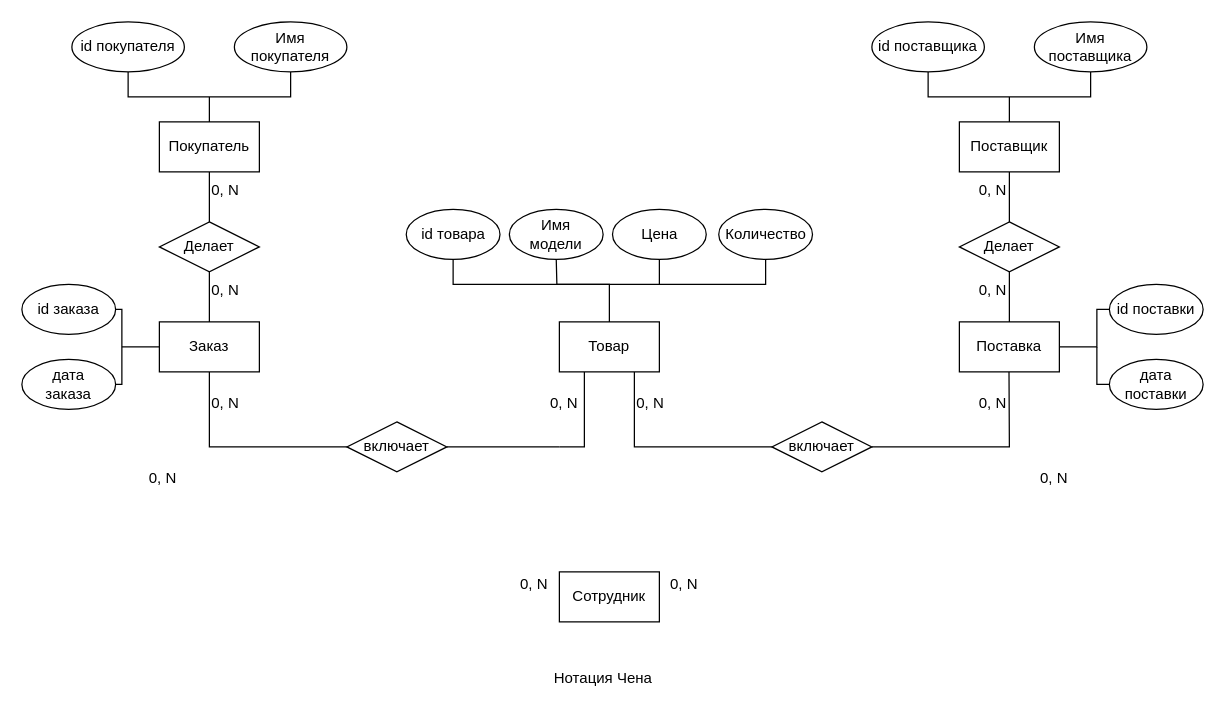
The draw.io diagram КМПО V1.1.drawio in marsek4/ssp, before the edit. Source tidied: cells renumbered, new cells numbered last; positions are measured from the earlier drawing's top-left corner, leaving out a move shared by most shapes. Both pictures are drawn from the tidied source at 125%, with x=0, y=0 at pixel (21, 21).
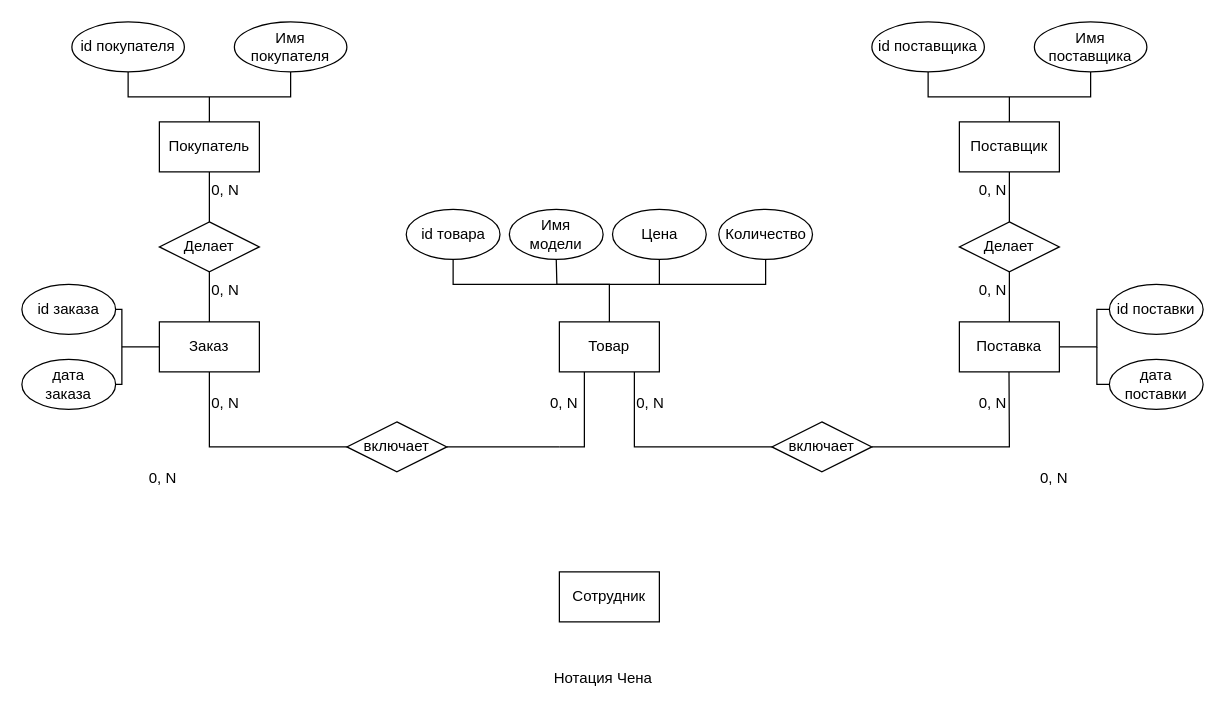
Above is the later version.

The edit, as a diff of the source:
```diff
@@
-    <mxCell id="50" value="0, N" style="text;html=1;strokeColor=none;fillColor=none;align=center;verticalAlign=middle;whiteSpace=wrap;rounded=0;" parent="1" vertex="1">
-      <mxGeometry x="380" y="435" width="60" height="30" as="geometry" />
-    </mxCell>
-    <mxCell id="51" value="0, N" style="text;html=1;strokeColor=none;fillColor=none;align=center;verticalAlign=middle;whiteSpace=wrap;rounded=0;" parent="1" vertex="1">
-      <mxGeometry x="500" y="435" width="60" height="30" as="geometry" />
-    </mxCell>
```
